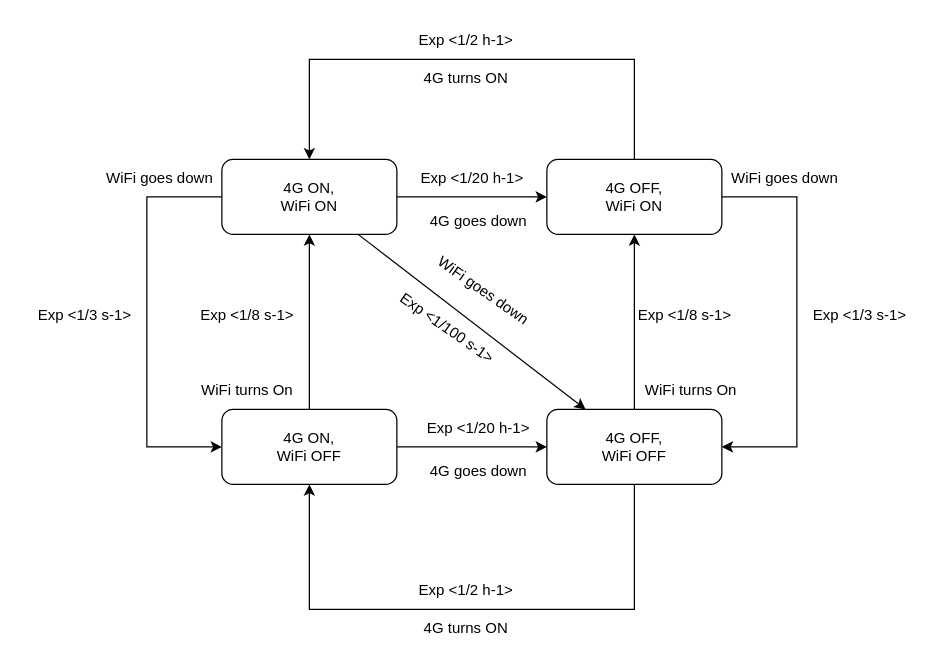
TiaSirio/Performance-Evaluation keeps this draw.io diagram as A09/A09.drawio. Above is the earlier version. Source tidied: cells renumbered, new cells numbered last; positions are measured from the earlier drawing's top-left corner, leaving out a move shared by most shapes. Both pictures are drawn from the tidied source at 125%, with x=0, y=0 at pixel (21, 21).
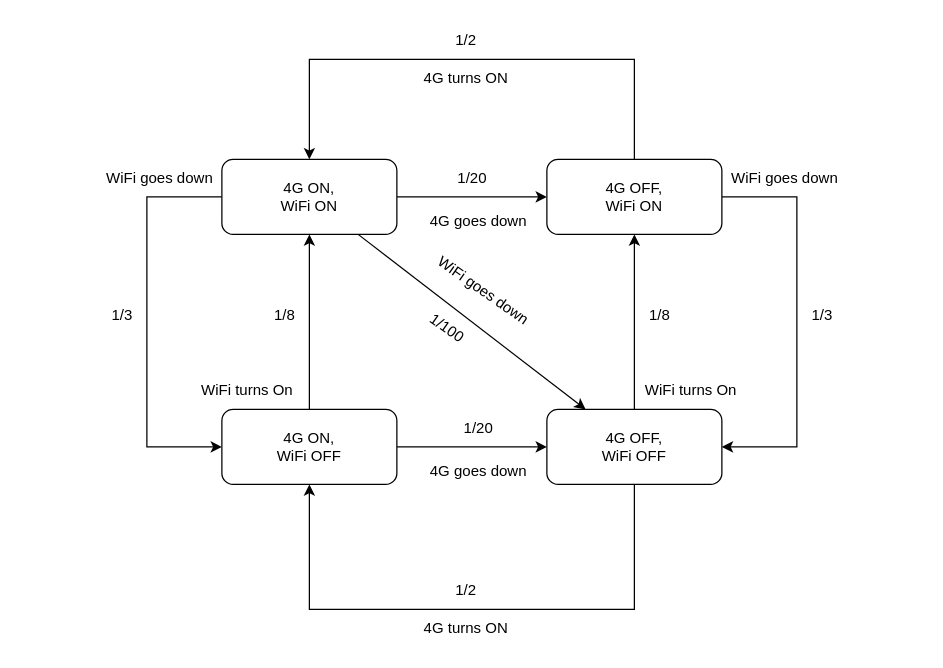
After the change.

Diff of the diagram source:
```diff
@@
-    <mxCell id="23" value="Exp &amp;lt;1/3 s-1&amp;gt;" style="text;html=1;align=center;verticalAlign=middle;strokeColor=none;fillColor=none;" parent="1" vertex="1">
-      <mxGeometry y="220" width="100" height="30" as="geometry" />
+    <mxCell id="23" value="1/3" style="text;html=1;align=center;verticalAlign=middle;strokeColor=none;fillColor=none;" parent="1" vertex="1">
+      <mxGeometry x="60" y="220" width="40" height="30" as="geometry" />
     </mxCell>
-    <mxCell id="24" value="Exp &amp;lt;1/3 s-1&amp;gt;" style="text;html=1;align=center;verticalAlign=middle;strokeColor=none;fillColor=none;" parent="1" vertex="1">
-      <mxGeometry x="620" y="220" width="100" height="30" as="geometry" />
+    <mxCell id="24" value="1/3" style="text;html=1;align=center;verticalAlign=middle;strokeColor=none;fillColor=none;" parent="1" vertex="1">
+      <mxGeometry x="620" y="220" width="40" height="30" as="geometry" />
     </mxCell>
-    <mxCell id="25" value="Exp &amp;lt;1/8 s-1&amp;gt;" style="text;html=1;align=center;verticalAlign=middle;strokeColor=none;fillColor=none;" parent="1" vertex="1">
-      <mxGeometry x="130" y="220" width="100" height="30" as="geometry" />
+    <mxCell id="25" value="1/8" style="text;html=1;align=center;verticalAlign=middle;strokeColor=none;fillColor=none;" parent="1" vertex="1">
+      <mxGeometry x="190" y="220" width="40" height="30" as="geometry" />
     </mxCell>
-    <mxCell id="26" value="Exp &amp;lt;1/8 s-1&amp;gt;" style="text;html=1;align=center;verticalAlign=middle;strokeColor=none;fillColor=none;" parent="1" vertex="1">
-      <mxGeometry x="480" y="220" width="100" height="30" as="geometry" />
+    <mxCell id="26" value="1/8" style="text;html=1;align=center;verticalAlign=middle;strokeColor=none;fillColor=none;" parent="1" vertex="1">
+      <mxGeometry x="490" y="220" width="40" height="30" as="geometry" />
     </mxCell>
-    <mxCell id="27" value="Exp &amp;lt;1/2 h-1&amp;gt;" style="text;html=1;align=center;verticalAlign=middle;strokeColor=none;fillColor=none;" parent="1" vertex="1">
-      <mxGeometry x="305" width="100" height="30" as="geometry" />
+    <mxCell id="27" value="1/2" style="text;html=1;align=center;verticalAlign=middle;strokeColor=none;fillColor=none;" parent="1" vertex="1">
+      <mxGeometry x="335" width="40" height="30" as="geometry" />
     </mxCell>
-    <mxCell id="28" value="Exp &amp;lt;1/2 h-1&amp;gt;" style="text;html=1;align=center;verticalAlign=middle;strokeColor=none;fillColor=none;" parent="1" vertex="1">
-      <mxGeometry x="305" y="440" width="100" height="30" as="geometry" />
+    <mxCell id="28" value="1/2" style="text;html=1;align=center;verticalAlign=middle;strokeColor=none;fillColor=none;" parent="1" vertex="1">
+      <mxGeometry x="335" y="440" width="40" height="30" as="geometry" />
     </mxCell>
-    <mxCell id="29" value="Exp &amp;lt;1/20 h-1&amp;gt;" style="text;html=1;align=center;verticalAlign=middle;strokeColor=none;fillColor=none;" parent="1" vertex="1">
-      <mxGeometry x="305" y="110" width="110" height="30" as="geometry" />
+    <mxCell id="29" value="1/20" style="text;html=1;align=center;verticalAlign=middle;strokeColor=none;fillColor=none;" parent="1" vertex="1">
+      <mxGeometry x="335" y="110" width="50" height="30" as="geometry" />
     </mxCell>
-    <mxCell id="30" value="Exp &amp;lt;1/20 h-1&amp;gt;" style="text;html=1;align=center;verticalAlign=middle;strokeColor=none;fillColor=none;" parent="1" vertex="1">
-      <mxGeometry x="310" y="310" width="110" height="30" as="geometry" />
+    <mxCell id="30" value="1/20" style="text;html=1;align=center;verticalAlign=middle;strokeColor=none;fillColor=none;" parent="1" vertex="1">
+      <mxGeometry x="340" y="310" width="50" height="30" as="geometry" />
     </mxCell>
@@
-    <mxCell id="32" value="Exp &amp;lt;1/100 s-1&amp;gt;" style="text;html=1;align=center;verticalAlign=middle;strokeColor=none;fillColor=none;rotation=35;" parent="1" vertex="1">
-      <mxGeometry x="285" y="230" width="110" height="30" as="geometry" />
+    <mxCell id="32" value="1/100" style="text;html=1;align=center;verticalAlign=middle;strokeColor=none;fillColor=none;rotation=35;" parent="1" vertex="1">
+      <mxGeometry x="315" y="230" width="50" height="30" as="geometry" />
     </mxCell>
```
